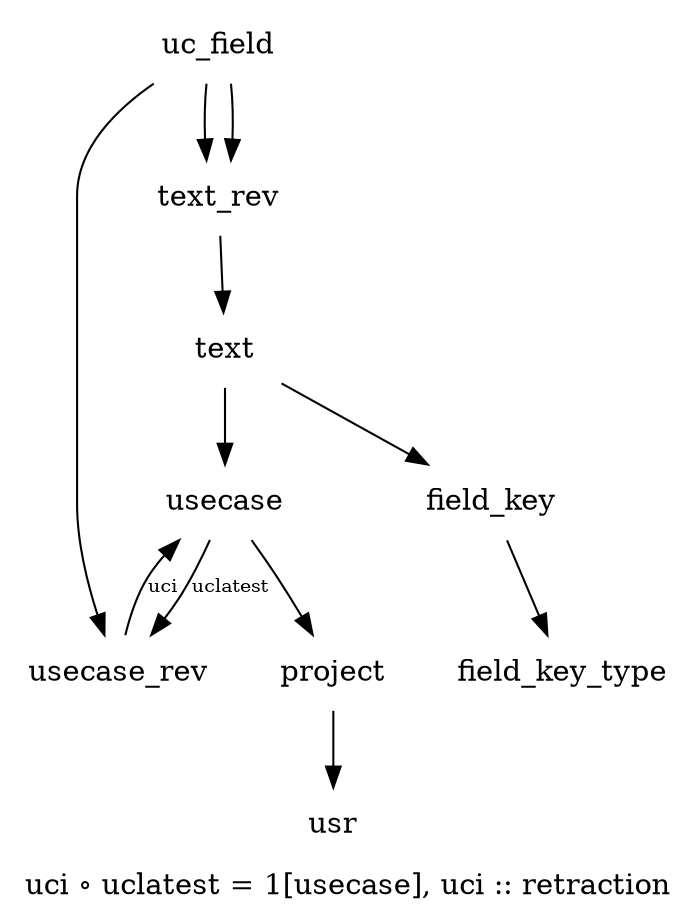
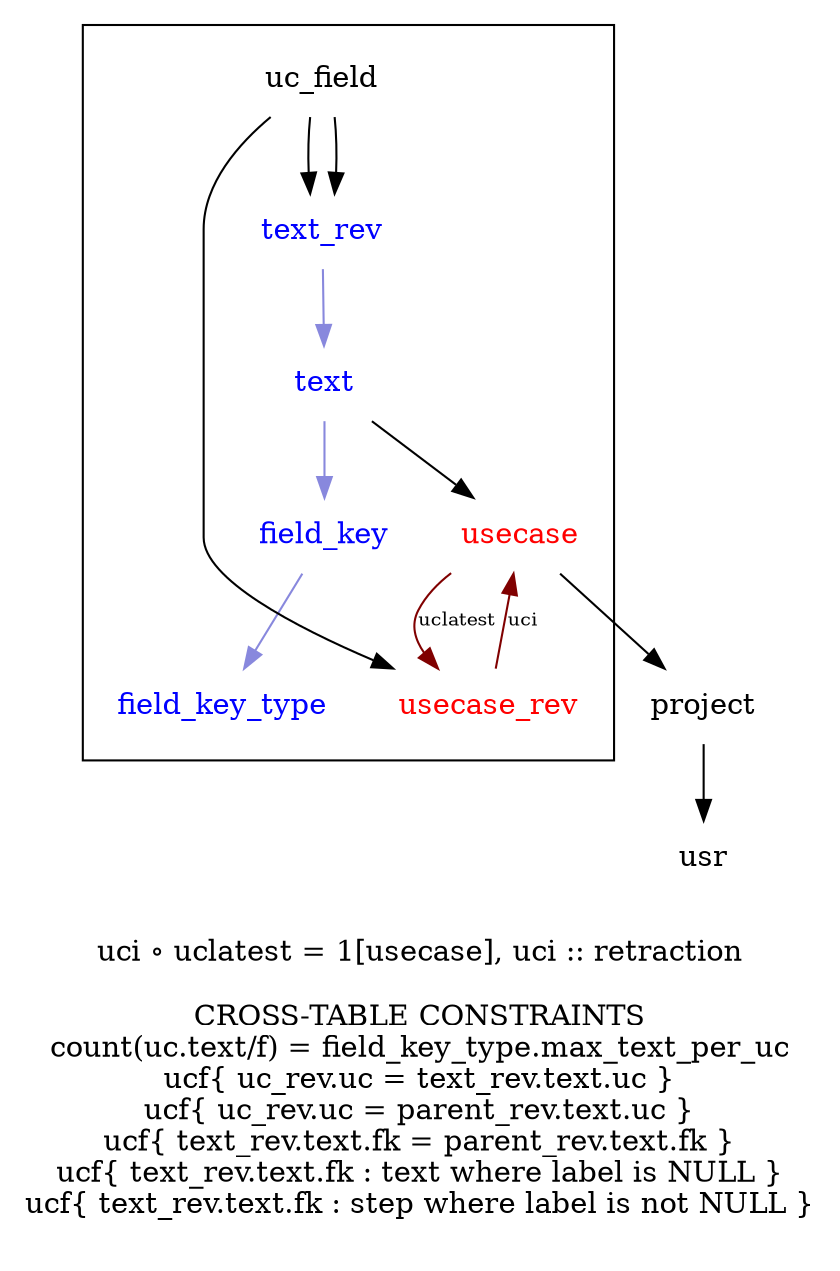
digraph G {

  node [shape=none]
  edge [fontsize=9]

-   { node[fontcolor=gray]
-     // SavedStepsAndLabels [label="<SavedSteps,StepsAndLabels>"]
+ subgraph cluster0 {
+   {node[fontcolor=red]
+     usecase
+     usecase_rev
  }
- 
- field_key_type
- field_key
- usecase
- usecase_rev
- text
- text_rev
- uc_field
+   {node[fontcolor=blue]
+     text
+     text_rev
+     field_key
+     field_key_type
+   }
+   uc_field
+ }
usr
project

- usecase -> project -> usr
- field_key -> field_key_type
- usecase_rev -> usecase [label="uci"]
- text -> {usecase;field_key}
- text_rev -> text
- uc_field -> {usecase_rev;text_rev}
+ {edge[color="#80000"]
+   usecase_rev -> usecase [label="uci"]
+   usecase -> usecase_rev [label="uclatest"]
+ }
+ {edge[color="#8888dd"]
+   text_rev -> text
+   text -> field_key
+   field_key -> field_key_type
+ }
+ 
+ usecase -> project
+ project -> usr
+ text -> usecase
+ uc_field -> usecase_rev
uc_field -> text_rev
- usecase -> usecase_rev [label="uclatest"]
+ uc_field -> text_rev

- graph[label="uci ∘ uclatest = 1[usecase], uci :: retraction"]
+ graph[label="
+ uci ∘ uclatest = 1[usecase], uci :: retraction
+ 
+ CROSS-TABLE CONSTRAINTS
+ count(uc.text/f) = field_key_type.max_text_per_uc
+ ucf{ uc_rev.uc = text_rev.text.uc }
+ ucf{ uc_rev.uc = parent_rev.text.uc }
+ ucf{ text_rev.text.fk = parent_rev.text.fk }
+ ucf{ text_rev.text.fk : text where label is NULL }
+ ucf{ text_rev.text.fk : step where label is not NULL }
+ 
+ "]
}
